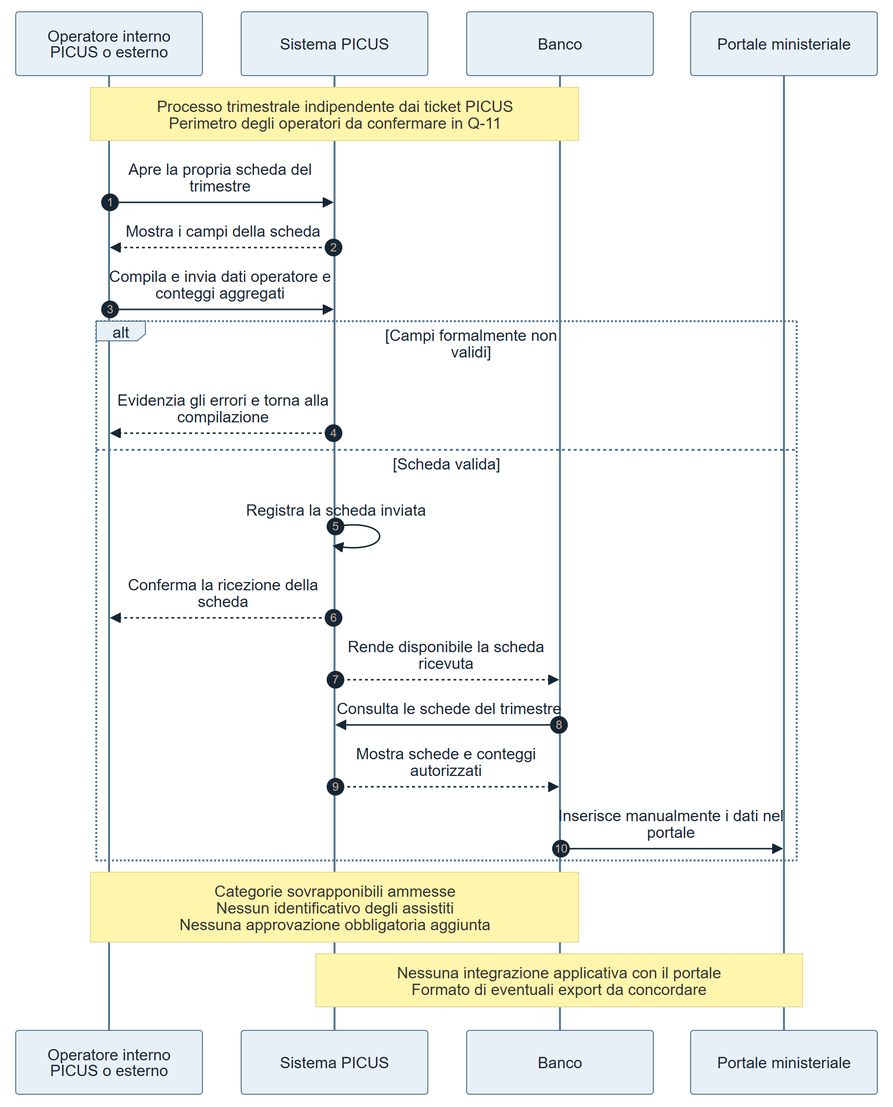
Earlier version of the Mermaid export docs/requirements/diagrams/to-be/TOBE-02-rendicontazione.png (Pinguini-alla-Fragola/Progetto-SAD). Its source is kept beside it as docs/requirements/diagrams/to-be/TOBE-02-rendicontazione.mmd. Source of this version:
```mermaid
sequenceDiagram
    autonumber
    participant O as Operatore interno PICUS o esterno
    participant S as Sistema PICUS
    participant B as Banco
    participant M as Portale ministeriale

    Note over O,B: Processo trimestrale indipendente dai ticket PICUS<br/>Perimetro degli operatori da confermare in Q-11
    O->>S: Apre la propria scheda del trimestre
    S-->>O: Mostra i campi della scheda
    O->>S: Compila e invia dati operatore e conteggi aggregati
    alt Campi formalmente non validi
        S-->>O: Evidenzia gli errori e torna alla compilazione
    else Scheda valida
        S->>S: Registra la scheda inviata
        S-->>O: Conferma la ricezione della scheda
        S-->>B: Rende disponibile la scheda ricevuta
        B->>S: Consulta le schede del trimestre
        S-->>B: Mostra schede e conteggi autorizzati
        B->>M: Inserisce manualmente i dati nel portale
    end
    Note over O,B: Categorie sovrapponibili ammesse<br/>Nessun identificativo degli assistiti<br/>Nessuna approvazione obbligatoria aggiunta
    Note over S,M: Nessuna integrazione applicativa con il portale<br/>Formato di eventuali export da concordare
```
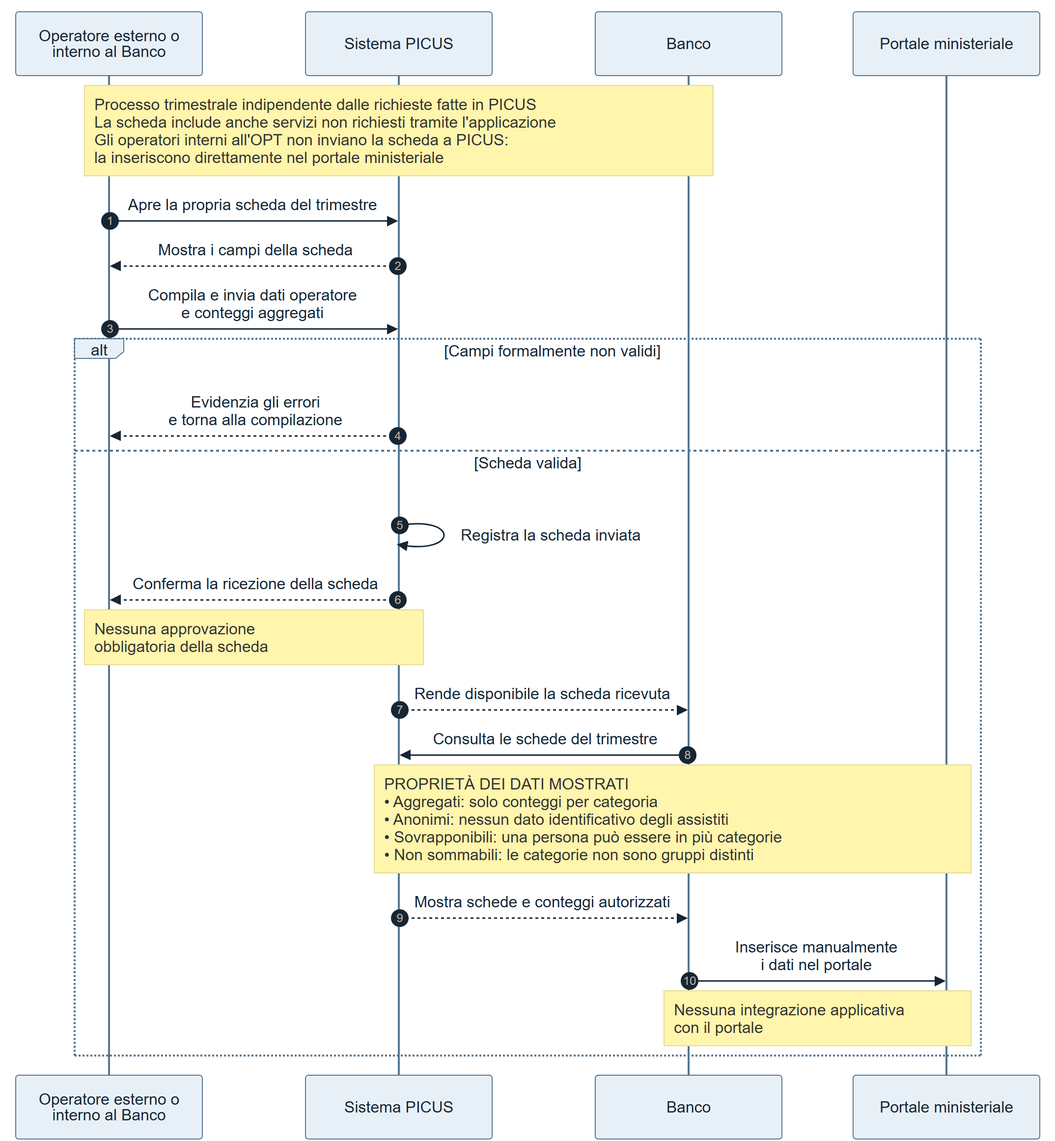
After the change.

Commit message:
docs(to-be): aggiorna i diagrammi di richiesta, appuntamento e rendicontazione

Change to the diagram source:
```diff
@@ -1,23 +1,29 @@
+---
+config:
+  sequence:
+    noteAlign: left
+---
 sequenceDiagram
     autonumber
-    participant O as Operatore interno PICUS o esterno
+    participant O as Operatore esterno o interno al Banco
     participant S as Sistema PICUS
     participant B as Banco
     participant M as Portale ministeriale
 
-    Note over O,B: Processo trimestrale indipendente dai ticket PICUS<br/>Perimetro degli operatori da confermare in Q-11
+    Note over O,B: Processo trimestrale indipendente dalle richieste fatte in PICUS<br/>La scheda include anche servizi non richiesti tramite l'applicazione<br/>Gli operatori interni all'OPT non inviano la scheda a PICUS:<br/>la inseriscono direttamente nel portale ministeriale
     O->>S: Apre la propria scheda del trimestre
     S-->>O: Mostra i campi della scheda
-    O->>S: Compila e invia dati operatore e conteggi aggregati
+    O->>S: Compila e invia dati operatore<br/>e conteggi aggregati
     alt Campi formalmente non validi
-        S-->>O: Evidenzia gli errori e torna alla compilazione
+        S-->>O: Evidenzia gli errori<br/>e torna alla compilazione
     else Scheda valida
         S->>S: Registra la scheda inviata
         S-->>O: Conferma la ricezione della scheda
+        Note over O,S: Nessuna approvazione<br/>obbligatoria della scheda
         S-->>B: Rende disponibile la scheda ricevuta
         B->>S: Consulta le schede del trimestre
+        Note over S,M: PROPRIETÀ DEI DATI MOSTRATI<br/>• Aggregati: solo conteggi per categoria<br/>• Anonimi: nessun dato identificativo degli assistiti<br/>• Sovrapponibili: una persona può essere in più categorie<br/>• Non sommabili: le categorie non sono gruppi distinti
         S-->>B: Mostra schede e conteggi autorizzati
-        B->>M: Inserisce manualmente i dati nel portale
+        B->>M: Inserisce manualmente<br/>i dati nel portale
+        Note over B,M: Nessuna integrazione applicativa<br/>con il portale
     end
-    Note over O,B: Categorie sovrapponibili ammesse<br/>Nessun identificativo degli assistiti<br/>Nessuna approvazione obbligatoria aggiunta
-    Note over S,M: Nessuna integrazione applicativa con il portale<br/>Formato di eventuali export da concordare
```
